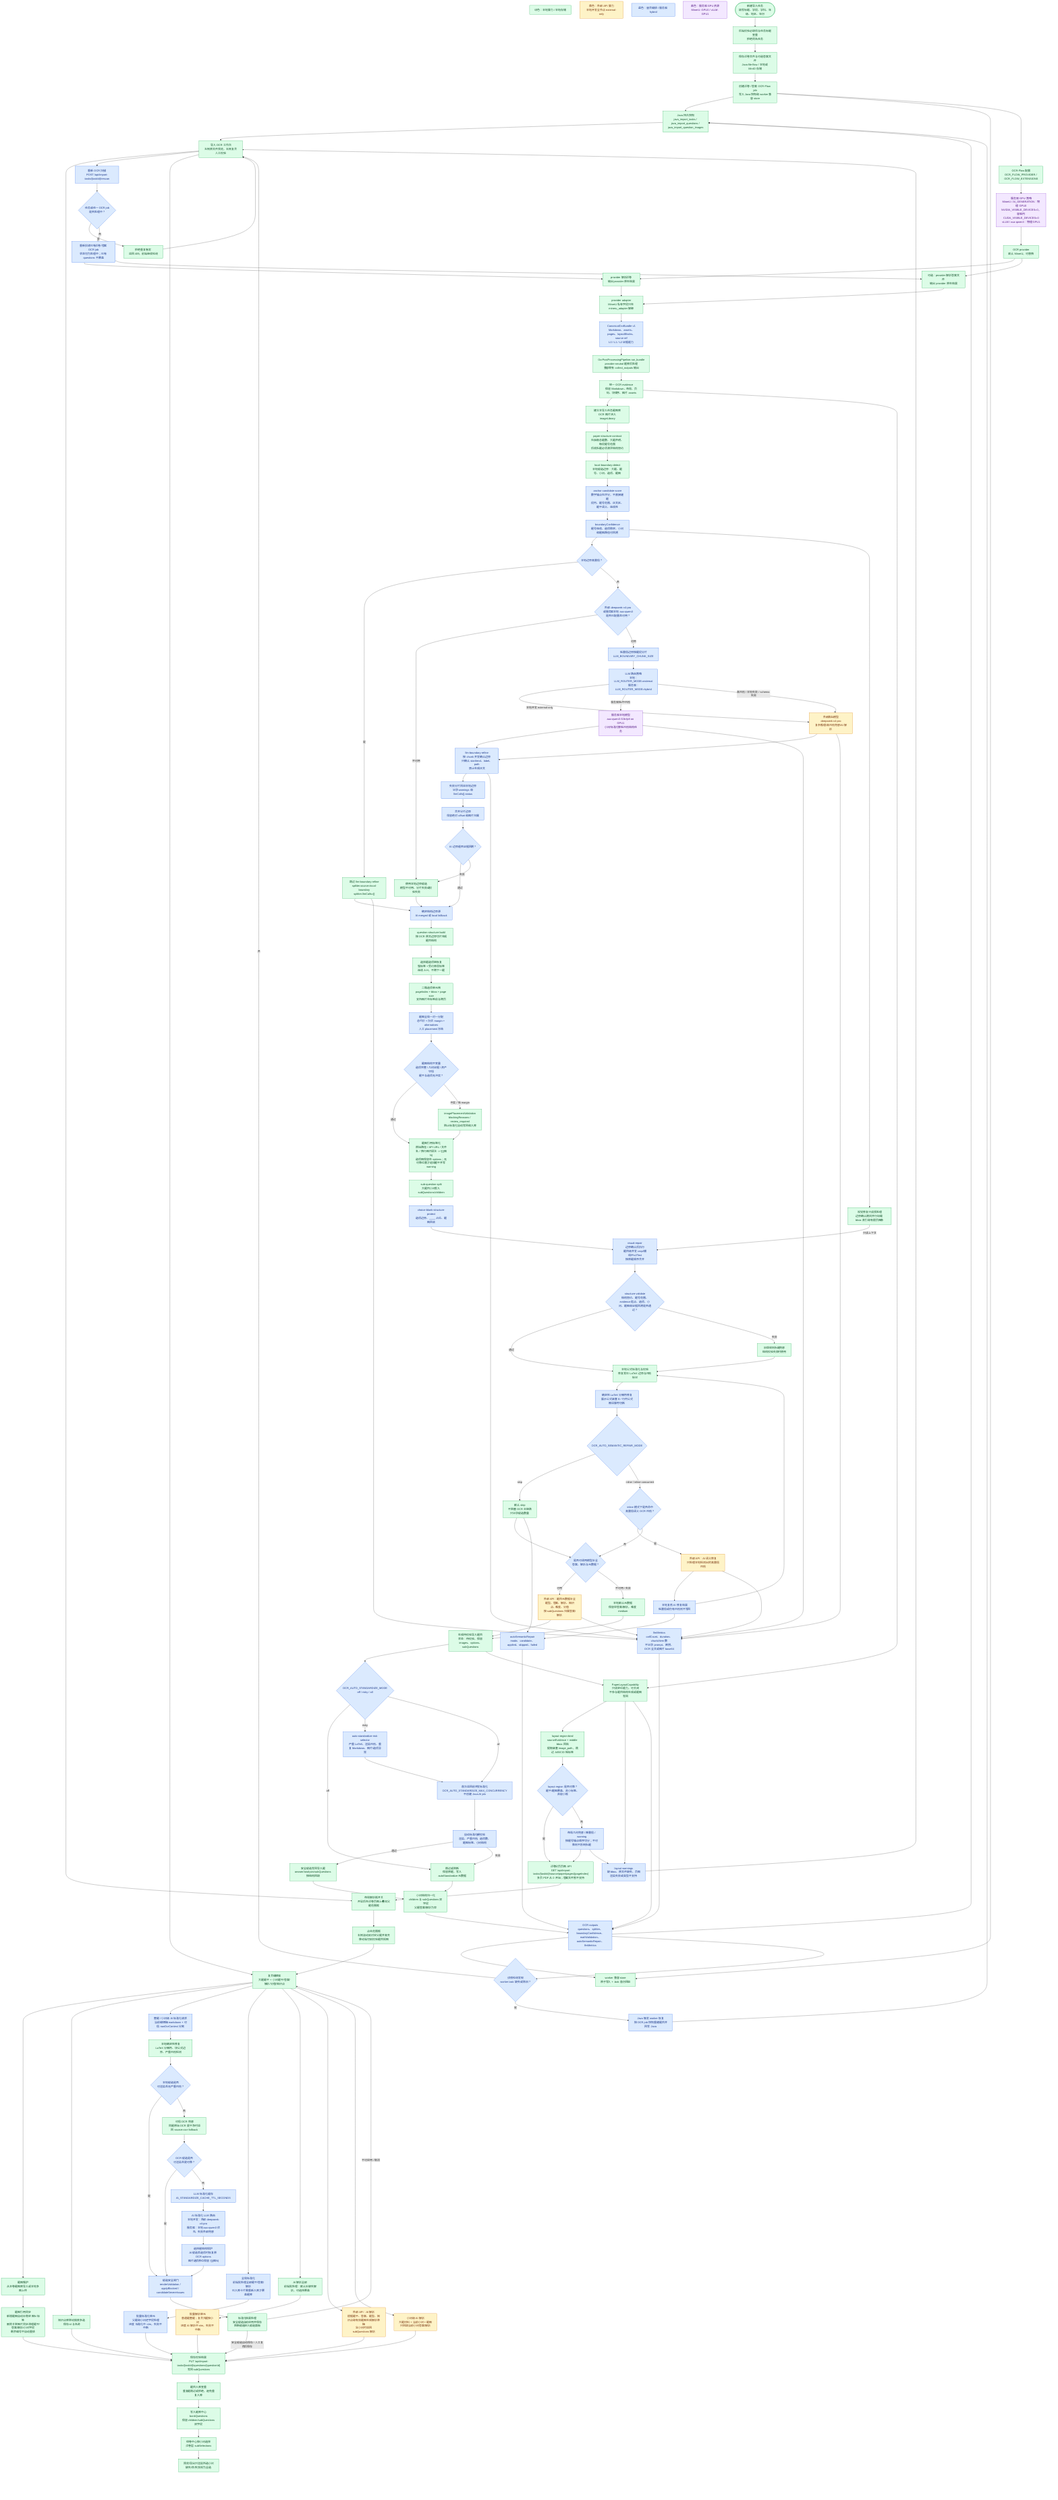
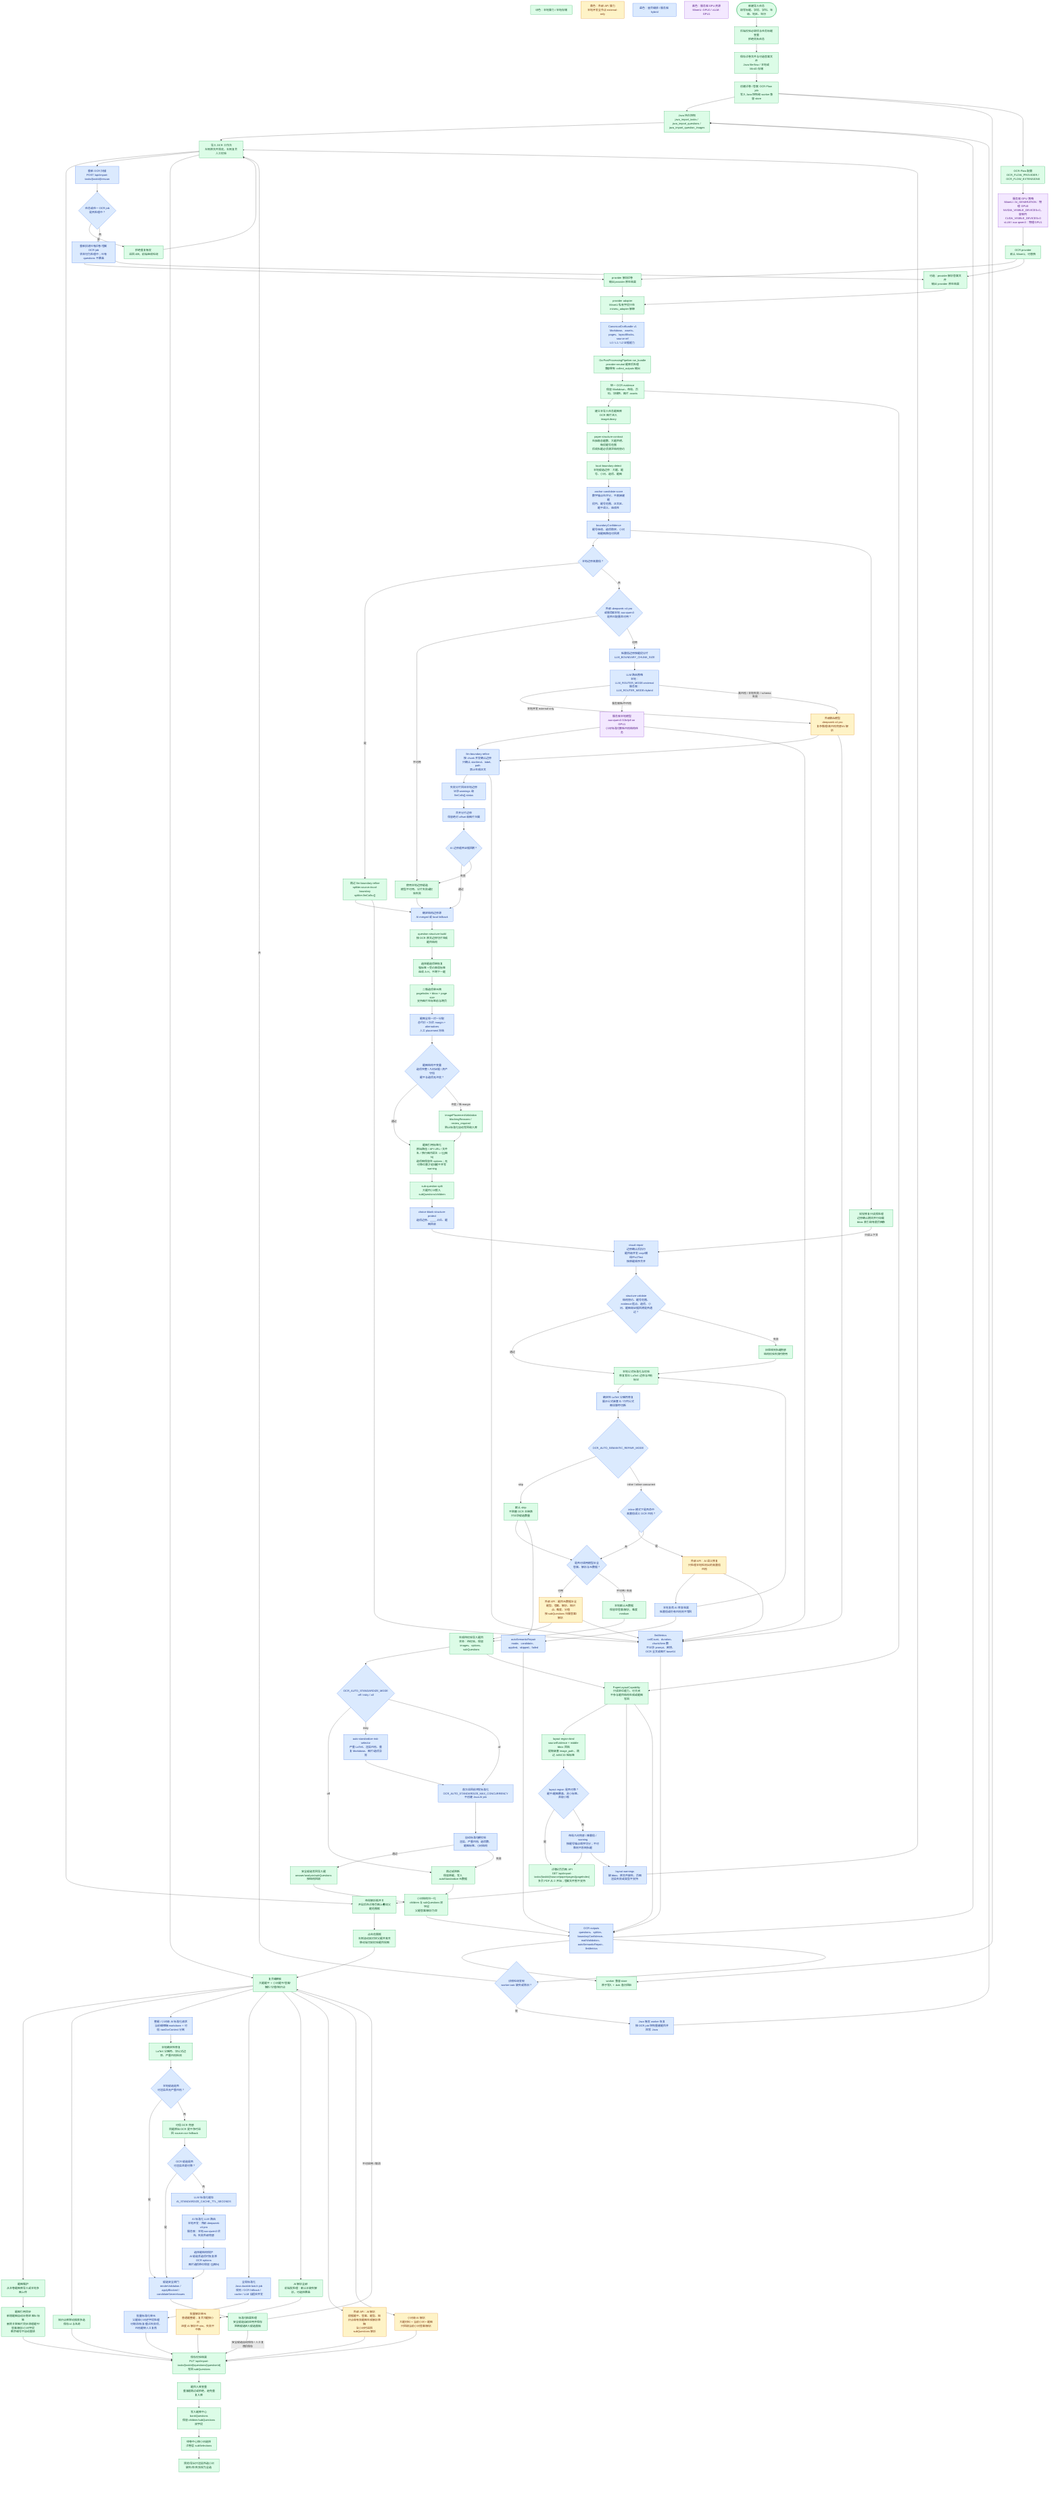
%% Version: 2026-07-15 / OpenAPI 1.2.0 / CanonicalOcrBundle v1
%% Status: current-primary
%% Scope: authoritative end-to-end OCR-Flow algorithm, structure contract, LLM routing, first-return auto standardization, review, layout overlay isolation, rescan, global standardization, and AI assistance flow.
flowchart TD
  LegendLocal["绿色：本地算力 / 本地存储"]:::local
  LegendExternal["黄色：外部 API 算力<br/>本地开发全节点 external-only"]:::external
  LegendMixed["蓝色：混合编排 / 服务器 hybrid"]:::mixed
  LegendGpu["紫色：服务器 GPU 资源<br/>MinerU: GPU0 / vLLM: GPU1"]:::gpu

  Start(["新建导入任务<br/>填写标题、学段、学科、年级、地区、年份"]):::local
  Validate["后端校验必填项与任务标题查重<br/>拒绝同名任务"]:::local
  Upload["保存试卷文件与可选答案文件<br/>Java file-flow / 本地或 MinIO 存储"]:::local
  Jobs["创建试卷 / 答案 OCR-Flow job<br/>写入 Java 快照和 worker 兼容 store"]:::local
  JavaSnapshot["Java 持久快照<br/>java_import_tasks / java_import_questions / java_import_question_images"]:::local
  WorkerSafeStore["worker 兼容 store<br/>原子写入 + .bak 备份回退"]:::local
  FlowConfig["OCR-Flow 配置<br/>OCR_FLOW_PROVIDER / OCR_FLOW_EXTENSIONS"]:::local
  GpuPolicy["服务器 GPU 策略<br/>MinerU / AI_GENERATION：物理 GPU0<br/>NVIDIA_VISIBLE_DEVICES=0，容器内 CUDA_VISIBLE_DEVICES=0<br/>vLLM / aux-qwen3：物理 GPU1"]:::gpu
  Provider["OCR provider<br/>默认 MinerU，可替换"]:::local
  OcrPaper["provider 解析试卷<br/>输出 provider 原生结果"]:::local
  OcrAnswer["可选：provider 解析答案文件<br/>输出 provider 原生结果"]:::local
  ProviderAdapter["provider adapter<br/>MinerU 私有字段只在 mineru_adapter 解释"]:::local
  CanonicalBundle["CanonicalOcrBundle v1<br/>Markdown、assets、pages、layoutBlocks、source ref<br/>L0 / L1 / L2 证据能力"]:::mixed
  PostProcess["OcrPostProcessingPipeline.run_bundle<br/>provider-neutral 题库后处理<br/>兼容既有 collect_outputs 输出"]:::local
  Collect["统一 OCR evidence<br/>保留 Markdown、布局、页码、块顺序、图片 assets"]:::local
  ImageLibrary["建立本导入任务题图库<br/>OCR 图片进入 imageLibrary"]:::local

  StructureContract["paper-structure-contract<br/>先抽取总题数、大题声明、每段题号范围<br/>后续拆题必须满足结构契约"]:::local
  LocalBoundary["local-boundary-detect<br/>本地候选边界：大题、题号、小问、选项、题图"]:::local
  AnchorScore["anchor-candidate-score<br/>数字锚点先评分，不直接建题<br/>段内、题号范围、正文区、题干语义、连续性"]:::mixed
  BoundaryConfidence["boundaryConfidence<br/>题号连续、选项稳定、小问和题图路径可回溯"]:::mixed
  BoundaryHigh{"本地边界高置信？"}:::mixed
  BoundarySkip["跳过 llm-boundary-refine<br/>splitter.source=local-boundary<br/>splitter.llmCalls=[]"]:::local
  LlmAvailable{"外部 deepseek-v4-pro<br/>或服务器本地 aux-qwen3<br/>是否已配置且可用？"}:::mixed
  BoundaryChunks["低置信边界按题段分片<br/>LLM_BOUNDARY_CHUNK_SIZE"]:::mixed
  LlmRoutePolicy["LLM 路由策略<br/>本地：LLM_ROUTER_MODE=external<br/>服务器：LLM_ROUTER_MODE=hybrid"]:::mixed
  LocalAuxModel["服务器本地模型<br/>aux-qwen3-32b-fp8 on GPU1<br/>小问/标准化等低风险结构任务"]:::gpu
  ExternalFullModel["外部满血模型<br/>deepseek-v4-pro<br/>复杂推理/高风险兜底/AI 解析"]:::external
  VisualRepairPreload["视觉修复只读预处理<br/>边界确认期间并行加载 bbox 索引和有限页图像"]:::local
  LlmBoundary["llm-boundary-refine<br/>按 chunk 并发确认边界<br/>只确认 start/end、label、path<br/>禁止生成正文"]:::mixed
  ChunkFallback["失败分片回退本地边界<br/>记录 warnings 和 llmCalls[].status"]:::mixed
  MergeBoundary["合并分片边界<br/>保留绝对 offset 和图片归属"]:::mixed
  BoundaryValidate{"AI 边界能否证据回溯？"}:::mixed
  BoundaryLocalFallback["使用本地边界候选<br/>模型不可用、分片失败或校验失败"]:::local
  BoundarySource["确定结构边界源<br/>AI merged 或 local fallback"]:::mixed

  BuildByEvidence["question-structure-build<br/>按 OCR 原文边界切片生成题目结构"]:::local
  ChoiceSequence["选择题选项链恢复<br/>强标签 + 受约束弱标签<br/>连续 A-H，不跨下一题"]:::local
  ChoiceLayout["二维选项单元格<br/>pageIndex + bbox + page size<br/>支持图片在标签前与跨页"]:::local
  GlobalImageAssignment["题图全局一对一分配<br/>总代价 + 次优 margin + alternatives<br/>人工 placement 冻结"]:::mixed
  PlacementInvariant{"题图结构不变量<br/>选项完整 / 几何证据 / 资产守恒<br/>题干与选项无冲突？"}:::mixed
  PlacementReview["imagePlacementValidation<br/>blockingReasons / review_required<br/>阻止标准化自动写回和入库"]:::local
  ImageCanonical["题图引用标签化<br/>原始路径 / API URL / 文件名 / 换行图片语法 -> ![](图N)<br/>选项图保留在 options；无可靠位置才追加题干并写 warning"]:::local
  SubSplit["sub-question-split<br/>大题内小问写入 subQuestions/children"]:::local
  ChoiceBlankProtect["choice-blank-structure-protect<br/>选项边界、____ 占位、题图回收"]:::mixed
  VisualRepair["visual-repair<br/>边界确认后执行<br/>题目级并发 crop/横线/Pix2Text<br/>按原题顺序合并"]:::mixed
  StructureValidate{"structure-validate<br/>结构契约、题号范围、evidence 起点、选项、小问、题图和证据回溯是否通过？"}:::mixed
  RuleFallback["旧版规则拆题兜底<br/>结构校验失败时使用"]:::local

  MathNormalize["本地公式标准化与校验<br/>修复常见 LaTeX 边界与风险标记"]:::local
  LatexDelimiter["确定性 LaTeX 分隔符修复<br/>展示公式嵌套 $ / 行内公式被运算符切断"]:::mixed
  AutoRepairMode{"OCR_AUTO_SEMANTIC_REPAIR_MODE"}:::mixed
  AutoRepairSkip["默认 skip<br/>不阻塞 OCR 主链路<br/>只记录候选数量"]:::local
  SemanticRisk{"inline 模式下是否命中<br/>高置信语义 OCR 风险？"}:::mixed
  SemanticApi["外部 API：AI 语义修复<br/>只处理本地检测出的高置信风险"]:::external
  SemanticVerify["本地复核 AI 修复结果<br/>低置信或仍有风险则不写回"]:::mixed

  MetadataDecision{"是否可调用模型补全<br/>答案、解析与元数据？"}:::mixed
  MetadataApi["外部 API：题目元数据补全<br/>题型、答案、解析、知识点、难度、分值<br/>按 subQuestions 归属答案/解析"]:::external
  MetadataFallback["本地默认元数据<br/>保留空答案/解析，难度 medium"]:::local
  BuildQuestions["生成待校验导入题目<br/>状态：待校验，保留 images、options、subQuestions"]:::local
  AutoStdMode{"OCR_AUTO_STANDARDIZE_MODE<br/>off / risky / all"}:::mixed
  AutoStdRisk["auto-standardize-risk-selector<br/>严重 LaTeX、渲染风险、重复 Markdown、图片/选项异常"]:::mixed
  AutoStdConcurrent["首次返回前并发标准化<br/>OCR_AUTO_STANDARDIZE_MAX_CONCURRENCY<br/>不创建 Java AI job"]:::mixed
  AutoStdGate["自动标准化硬校验<br/>渲染、严重风险、选项数、题图标签、小问结构"]:::mixed
  AutoStdApply["安全候选写回导入题<br/>answer/analysis/subQuestions 按结构回填"]:::local
  AutoStdSkip["跳过或阻断<br/>保留原题，写入 autoStandardize 元数据"]:::local
  PaperLayoutBuild["PaperLayoutCapability<br/>只读定位能力，可关闭<br/>不参与题目结构生成或题图写回"]:::local
  PaperLayoutBind["layout-region-bind<br/>sourceEvidence + middle bbox 回贴<br/>提取嵌套 image_path，跳过 A/B/C/D 短标签"]:::local
  PaperLayoutReliable{"layout region 是否可靠？<br/>题干/题图覆盖、非小标签、非极小框"}:::mixed
  PaperLayoutFallback["布局几何兜底 / 降置信 / warning<br/>按题号锚点顺序切分；不可靠则不影响拆题"]:::mixed
  PaperPageApi["试卷分页页图 API<br/>GET /api/import-tasks/{taskId}/source/paper/pages/{pageIndex}<br/>多页 PDF 从 0 开始；答案文件暂不支持"]:::local
  PaperLayoutWarnings["layout warnings<br/>缺 bbox、原文件缺失、页图渲染失败或类型不支持"]:::mixed
  SubQuestionNormalize["小问结构归一化<br/>children 与 subQuestions 双字段<br/>父题答案/解析为空"]:::local
  AutoRepairSummary["autoSemanticRepair<br/>mode、candidate、applied、skipped、failed"]:::mixed
  LlmMetrics["llmMetrics<br/>callCount、duration、chunk/item 数<br/>不记录 prompt、密钥、OCR 全文或图片 base64"]:::mixed
  OcrOutputs["OCR outputs<br/>questions、splitter、boundaryConfidence、mathValidation、autoSemanticRepair、llmMetrics"]:::mixed
  DetailRecovery{"详情轮询发现<br/>worker task 缺失或陈旧？"}:::mixed
  RecoverFromOcr["Java 触发 worker 恢复<br/>按 OCR job 快照重建题目并回写 Java"]:::mixed

  Workbench["导入 OCR 工作台<br/>左侧原文件预览，右侧复合人工校验"]:::local
  LayoutToggle["布局解析框开关<br/>开启后在试卷页图上叠加父题范围框"]:::local
  LayoutClick["点击范围框<br/>右侧滚动到对应父题并高亮<br/>移动端切到校验题目视图"]:::local
  RescanRequest["重新 OCR 扫描<br/>POST /api/import-tasks/{taskId}/rescan"]:::mixed
  RescanGuard{"任务或任一 OCR job<br/>是否处理中？"}:::mixed
  RescanReject["拒绝重复触发<br/>返回 409，前端继续轮询"]:::local
  RescanRetry["重新投递已有试卷/答案 OCR job<br/>状态切为处理中；已有 questions 不覆盖"]:::mixed
  ManualEdit["复合编辑器<br/>大题题干 + 小问题干/答案/解析/分值/知识点"]:::local
-   BatchStdAll["全局标准化<br/>前端批处理全部题干/答案/解析<br/>已入库卡片需重新入库才覆盖题库"]:::mixed
-   BatchStdUnits["批量标准化单元<br/>父题和小问逐字段处理<br/>进度 标准化中 n/m，失败不中断"]:::mixed
+   BatchStdAll["全局标准化<br/>Java durable batch job<br/>规则 / OCR fallback / cache / LLM 自适应并发"]:::mixed
+   BatchStdUnits["批量标准化单元<br/>父题和小问逐字段处理<br/>可取消/恢复/重试失败项，风险题转人工复核"]:::mixed
  BatchAiAll["AI 解析全部<br/>前端批处理：默认补缺失解析，可选择覆盖"]:::local
  BatchAiUnits["批量解析单元<br/>普通题整题；复合大题按小问<br/>进度 AI 解析中 n/m，失败不中断"]:::external
  AddImages["题图维护<br/>从本卷题图库导入或本地多图上传"]:::local
  ImageMarkdown["题图引用同步<br/>新增题图自动补稳定 图N 标签<br/>删除关联图片同步清理题干/答案/解析/小问字段<br/>剩余编号不自动重排"]:::local
  KnowledgePick["知识点库联动搜索多选<br/>保存 id 与名称"]:::local

  StdStart["整题 / 小问级 AI 标准化请求<br/>当前编辑稿 markdown + 可信 rawOcrContext 分离"]:::mixed
  StdLocal["本地确定性修复<br/>LaTeX 分隔符、块公式边界、严重风险检测"]:::local
  StdLocalSafe{"本地候选是否<br/>可渲染且无严重风险？"}:::mixed
  StdOcr["可信 OCR 兜底<br/>同题原始 OCR 更干净时返回 source=ocr-fallback"]:::local
  StdOcrSafe{"OCR 候选是否<br/>可渲染且更可靠？"}:::mixed
  StdCache["LLM 标准化缓存<br/>AI_STANDARDIZE_CACHE_TTL_SECONDS"]:::mixed
  StdApi["AI 标准化 LLM 路由<br/>本地开发：外部 deepseek-v4-pro<br/>服务器：本地 aux-qwen3 优先，失败外部兜底"]:::mixed
  StdChoiceGuard["选择题结构保护<br/>AI 候选丢选项时恢复原 OCR options<br/>图片选项原位保留 ![](图N)"]:::mixed
  StdGate["候选安全闸门<br/>renderValidation / applyBlocked / candidateSevereIssues"]:::mixed
  StdPanel["标准化结果处理<br/>安全候选自动应用并保存<br/>阻断候选进入候选面板"]:::local

  AiAnalysis["外部 API：AI 解析<br/>根据题干、答案、题型、知识点和有效题图生成解析草稿<br/>含小问时返回 subQuestions 解析"]:::external
  SubAiAnalysis["小问级 AI 解析<br/>大题材料 + 当前小问 + 题图<br/>只回填当前小问答案/解析"]:::external
  SaveReview["保存校验结果<br/>PUT /api/import-tasks/{taskId}/questions/{questionId}<br/>写回 subQuestions"]:::local
  BankDedup["题目入库查重<br/>重复题跳过或拒绝，避免重复入库"]:::local
  Bank["写入题库中心 bankQuestions<br/>保留 children/subQuestions 双字段"]:::local
  PaperSelect["组卷中心按小问选择<br/>试卷层 subSelections"]:::local
  PaperPreview["预览/导出只渲染所选小问<br/>缺失/空/失效视为全选"]:::local

  Start --> Validate --> Upload --> Jobs
  Jobs --> JavaSnapshot
  Jobs --> WorkerSafeStore
  Jobs --> FlowConfig --> GpuPolicy --> Provider
  Provider --> OcrPaper --> ProviderAdapter
  Provider --> OcrAnswer --> ProviderAdapter
  ProviderAdapter --> CanonicalBundle --> PostProcess --> Collect
  Collect --> ImageLibrary --> StructureContract --> LocalBoundary --> AnchorScore --> BoundaryConfidence --> BoundaryHigh
  BoundaryConfidence --> VisualRepairPreload
  BoundaryHigh -- "是" --> BoundarySkip --> BoundarySource
  BoundaryHigh -- "否" --> LlmAvailable
  LlmAvailable -- "不可用" --> BoundaryLocalFallback --> BoundarySource
  LlmAvailable -- "可用" --> BoundaryChunks --> LlmRoutePolicy
  LlmRoutePolicy -- "本地开发 external-only" --> ExternalFullModel --> LlmBoundary
  LlmRoutePolicy -- "服务器低/中风险" --> LocalAuxModel --> LlmBoundary
  LlmRoutePolicy -- "高风险 / 本地失败 / schema 失败" --> ExternalFullModel
  LlmBoundary --> ChunkFallback --> MergeBoundary --> BoundaryValidate
  BoundaryValidate -- "通过" --> BoundarySource
  BoundaryValidate -- "失败" --> BoundaryLocalFallback
  BoundarySource --> BuildByEvidence
  BuildByEvidence --> ChoiceSequence --> ChoiceLayout --> GlobalImageAssignment --> PlacementInvariant
  PlacementInvariant -- "通过" --> ImageCanonical
  PlacementInvariant -- "冲突 / 低 margin" --> PlacementReview --> ImageCanonical
  ImageCanonical --> SubSplit --> ChoiceBlankProtect --> VisualRepair --> StructureValidate
  VisualRepairPreload -- "只读上下文" --> VisualRepair
  StructureValidate -- "通过" --> MathNormalize
  StructureValidate -- "失败" --> RuleFallback --> MathNormalize
  MathNormalize --> LatexDelimiter --> AutoRepairMode
  AutoRepairMode -- "skip" --> AutoRepairSkip --> MetadataDecision
  AutoRepairMode -- "inline / inline-concurrent" --> SemanticRisk
  SemanticRisk -- "是" --> SemanticApi --> SemanticVerify --> MathNormalize
  SemanticRisk -- "否" --> MetadataDecision
  MetadataDecision -- "可用" --> MetadataApi --> BuildQuestions
  MetadataDecision -- "不可用 / 失败" --> MetadataFallback --> BuildQuestions
  BuildQuestions --> AutoStdMode
  AutoStdMode -- "off" --> AutoStdSkip --> SubQuestionNormalize
  AutoStdMode -- "risky" --> AutoStdRisk --> AutoStdConcurrent
  AutoStdMode -- "all" --> AutoStdConcurrent
  AutoStdConcurrent --> AutoStdGate
  AutoStdGate -- "通过" --> AutoStdApply --> SubQuestionNormalize
  AutoStdGate -- "失败" --> AutoStdSkip
  SubQuestionNormalize --> OcrOutputs
  BuildQuestions --> PaperLayoutBuild
  Collect --> PaperLayoutBuild
  PaperLayoutBuild --> PaperLayoutBind --> PaperLayoutReliable
  PaperLayoutReliable -- "是" --> PaperPageApi
  PaperLayoutReliable -- "否" --> PaperLayoutFallback --> PaperPageApi
  PaperLayoutFallback --> PaperLayoutWarnings
  PaperLayoutBuild --> PaperLayoutWarnings
  PaperLayoutBuild --> OcrOutputs
  BoundarySkip --> LlmMetrics
  LlmBoundary --> LlmMetrics
  LocalAuxModel --> LlmMetrics
  ExternalFullModel --> LlmMetrics
  SemanticApi --> LlmMetrics
  MetadataApi --> LlmMetrics
  AutoRepairSkip --> AutoRepairSummary --> OcrOutputs
  SemanticVerify --> AutoRepairSummary
  LlmMetrics --> OcrOutputs
  OcrOutputs --> JavaSnapshot
  OcrOutputs --> WorkerSafeStore
  OcrOutputs --> DetailRecovery
  DetailRecovery -- "是" --> RecoverFromOcr --> JavaSnapshot --> Workbench
  DetailRecovery -- "否" --> Workbench
  PaperPageApi --> LayoutToggle
  PaperLayoutWarnings --> Workbench
  Workbench --> LayoutToggle --> LayoutClick --> ManualEdit
  Workbench --> RescanRequest --> RescanGuard
  RescanGuard -- "是" --> RescanReject --> Workbench
  RescanGuard -- "否" --> RescanRetry --> OcrPaper
  RescanRetry --> OcrAnswer
  Workbench --> ManualEdit
  ManualEdit --> AddImages --> ImageMarkdown --> SaveReview
  ManualEdit --> KnowledgePick --> SaveReview
  ManualEdit --> StdStart --> StdLocal --> StdLocalSafe
  StdLocalSafe -- "是" --> StdGate
  StdLocalSafe -- "否" --> StdOcr --> StdOcrSafe
  StdOcrSafe -- "是" --> StdGate
  StdOcrSafe -- "否" --> StdCache --> StdApi --> StdChoiceGuard --> StdGate
  StdGate --> StdPanel
  StdPanel -- "安全候选自动保存 / 人工复核后保存" --> SaveReview
  StdPanel -- "不可应用 / 取消" --> ManualEdit
  ManualEdit --> BatchStdAll --> BatchStdUnits --> SaveReview
  ManualEdit --> BatchAiAll --> BatchAiUnits --> SaveReview
  ManualEdit --> AiAnalysis --> SaveReview
  ManualEdit --> SubAiAnalysis --> SaveReview
  SaveReview --> BankDedup --> Bank --> PaperSelect --> PaperPreview

  classDef local fill:#dcfce7,stroke:#16a34a,color:#14532d,stroke-width:1px;
  classDef external fill:#fef3c7,stroke:#d97706,color:#78350f,stroke-width:1px;
  classDef mixed fill:#dbeafe,stroke:#2563eb,color:#1e3a8a,stroke-width:1px;
  classDef gpu fill:#f3e8ff,stroke:#7e22ce,color:#581c87,stroke-width:1px;
